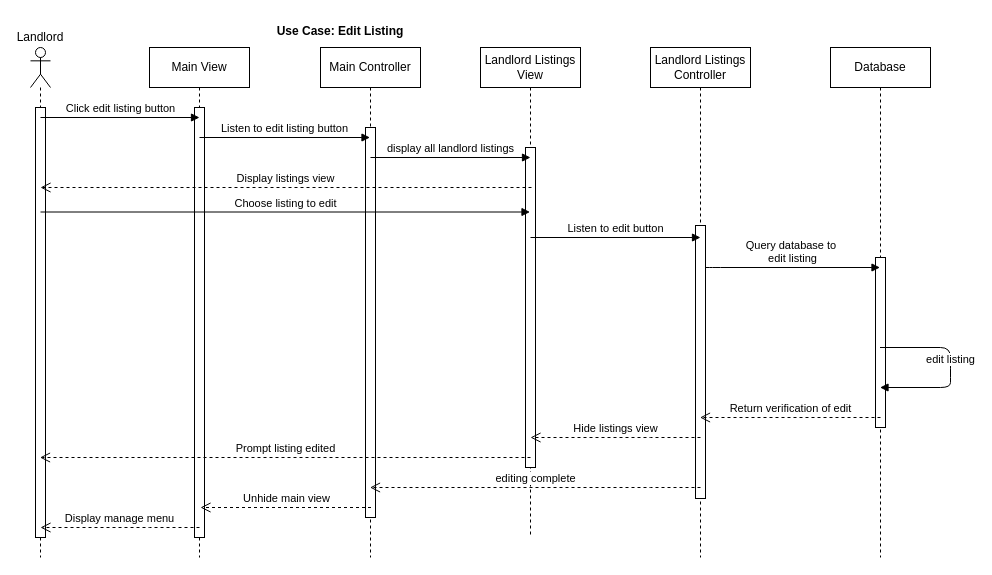
Earlier version of the draw.io diagram page "Edit Listing" (6 of 10) of SequenceDiagrams.drawio (ryan-holt/ENSF480FinalProject). Source tidied: cells renumbered, new cells numbered last; positions are measured from the earlier drawing's top-left corner, leaving out a move shared by most shapes. Both pictures are drawn from the tidied source at 100%, with x=0, y=0 at pixel (20, 17).
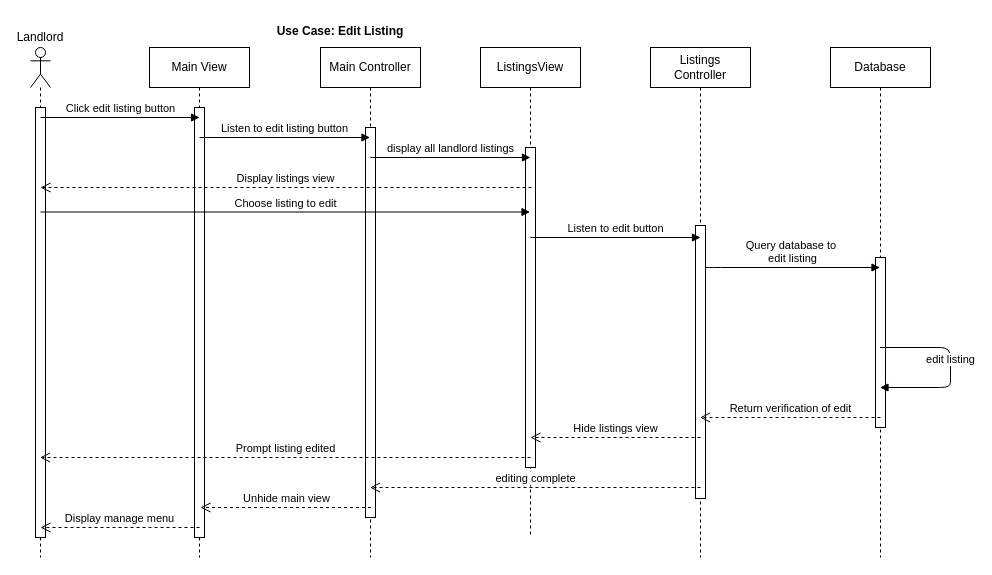
After the change.

The edit, as a diff of the source:
```diff
@@
-    <mxCell id="11" value="Landlord Listings&lt;br&gt;View" style="shape=umlLifeline;perimeter=lifelinePerimeter;whiteSpace=wrap;html=1;outlineConnect=0;" parent="1" vertex="1">
+    <mxCell id="11" value="ListingsView" style="shape=umlLifeline;perimeter=lifelinePerimeter;whiteSpace=wrap;html=1;outlineConnect=0;" parent="1" vertex="1">
       <mxGeometry x="460" y="30" width="100" height="490" as="geometry" />
     </mxCell>
@@
-    <mxCell id="13" value="Landlord Listings Controller" style="shape=umlLifeline;perimeter=lifelinePerimeter;whiteSpace=wrap;html=1;outlineConnect=0;" parent="1" vertex="1">
+    <mxCell id="13" value="Listings&lt;br&gt;Controller" style="shape=umlLifeline;perimeter=lifelinePerimeter;whiteSpace=wrap;html=1;outlineConnect=0;" parent="1" vertex="1">
       <mxGeometry x="630" y="30" width="100" height="510" as="geometry" />
     </mxCell>
```
